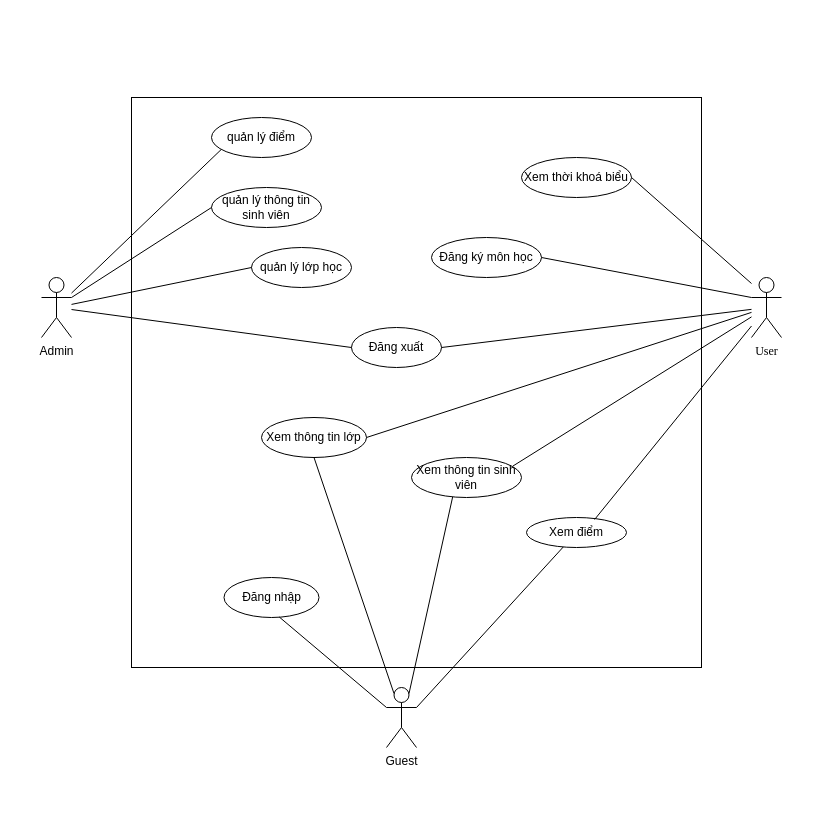
Above: Untitled Diagram.drawio in nam040999/gitformac (draw.io), before the change. Source tidied: cells renumbered, new cells numbered last; positions are measured from the earlier drawing's top-left corner, leaving out a move shared by most shapes. Both pictures are drawn from the tidied source at 100%, with x=0, y=0 at pixel (41, 97).
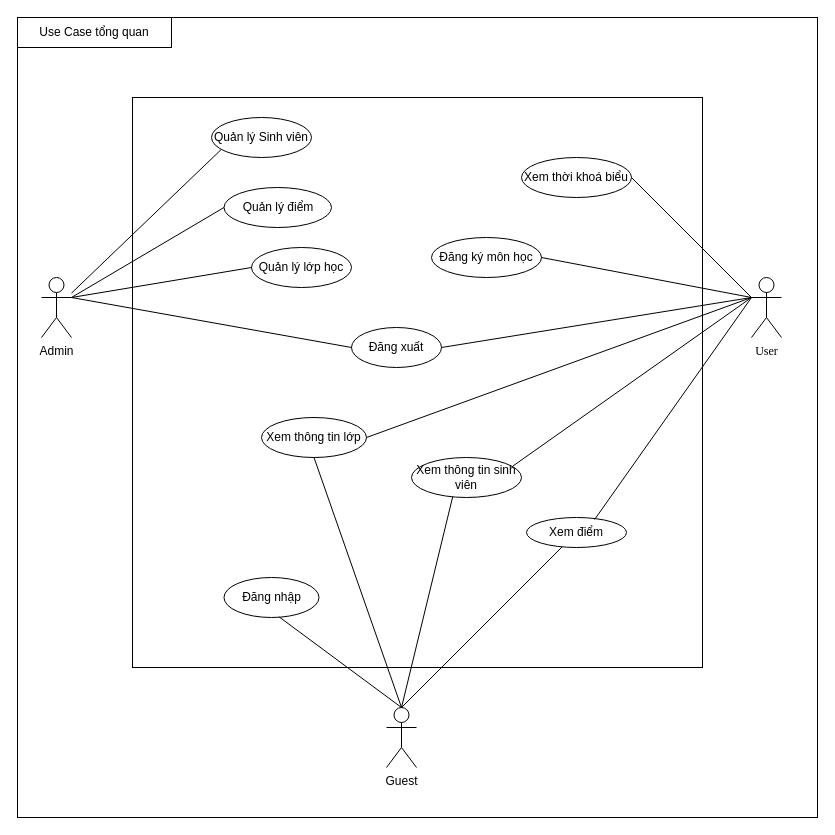
The same diagram, later.

Commit message:
Update UseCase Driagram'

The change refers to these unchanged cells:
```xml
<mxCell id="2" value="Admin" style="shape=umlActor;verticalLabelPosition=bottom;verticalAlign=top;html=1;outlineConnect=0;" parent="1" vertex="1">
  <mxGeometry y="180" width="30" height="60" as="geometry" />
</mxCell>
<mxCell id="4" value="User" style="shape=umlActor;verticalLabelPosition=bottom;verticalAlign=top;html=1;outlineConnect=0;fontFamily=Times New Roman;" parent="1" vertex="1">
  <mxGeometry x="710" y="180" width="30" height="60" as="geometry" />
</mxCell>
<mxCell id="5" value="Đăng xuất" style="ellipse;whiteSpace=wrap;html=1;" parent="1" vertex="1">
  <mxGeometry x="310" y="230" width="90" height="40" as="geometry" />
</mxCell>
<mxCell id="9" value="Đăng nhập" style="ellipse;whiteSpace=wrap;html=1;" parent="1" vertex="1">
  <mxGeometry x="182.5" y="480" width="95" height="40" as="geometry" />
</mxCell>
<mxCell id="15" value="Xem thông tin sinh viên" style="ellipse;whiteSpace=wrap;html=1;" parent="1" vertex="1">
  <mxGeometry x="370" y="360" width="110" height="40" as="geometry" />
</mxCell>
<mxCell id="16" value="Xem thông tin lớp" style="ellipse;whiteSpace=wrap;html=1;" parent="1" vertex="1">
  <mxGeometry x="220" y="320" width="105" height="40" as="geometry" />
</mxCell>
<mxCell id="21" value="Xem điểm" style="ellipse;whiteSpace=wrap;html=1;" parent="1" vertex="1">
  <mxGeometry x="485" y="420" width="100" height="30" as="geometry" />
</mxCell>
<mxCell id="25" value="Xem thời khoá biểu" style="ellipse;whiteSpace=wrap;html=1;" parent="1" vertex="1">
  <mxGeometry x="480" y="60" width="110" height="40" as="geometry" />
</mxCell>
```

What changed in the source:
```diff
@@
+    <mxCell id="30" style="whiteSpace=wrap;html=1;" parent="1" vertex="1">
+      <mxGeometry x="-24" y="-80" width="800" height="800" as="geometry" />
+    </mxCell>
@@
-    <mxCell id="3" style="whiteSpace=wrap;html=1;" parent="1" vertex="1">
-      <mxGeometry x="90" width="570" height="570" as="geometry" />
-    </mxCell>
+    <mxCell id="31" style="whiteSpace=wrap;html=1;" parent="1" vertex="1">
+      <mxGeometry x="91" width="570" height="570" as="geometry" />
+    </mxCell>
@@
-    <mxCell id="6" style="endArrow=none;html=1;entryX=0;entryY=0.5;entryDx=0;entryDy=0;" parent="1" edge="1" source="2" target="5">
-      <mxGeometry relative="1" as="geometry" />
-    </mxCell>
+    <mxCell id="32" style="endArrow=none;html=1;entryX=0;entryY=0.5;entryDx=0;entryDy=0;" parent="1" edge="1" target="5">
+      <mxGeometry relative="1" as="geometry">
+        <mxPoint x="30" y="200" as="sourcePoint" />
+      </mxGeometry>
+    </mxCell>
-    <mxCell id="7" style="endArrow=none;html=1;exitX=1;exitY=0.5;exitDx=0;exitDy=0;" parent="1" edge="1" source="5" target="4">
+    <mxCell id="7" style="endArrow=none;html=1;exitX=1;exitY=0.5;exitDx=0;exitDy=0;entryX=0;entryY=0.3333333333333333;entryDx=0;entryDy=0;entryPerimeter=0;" parent="1" edge="1" source="5" target="4">
       <mxGeometry relative="1" as="geometry" />
     </mxCell>
-    <mxCell id="8" style="endArrow=none;html=1;entryX=0.102;entryY=0.789;entryDx=0;entryDy=0;entryPerimeter=0;" parent="1" edge="1" source="2" target="11">
-      <mxGeometry relative="1" as="geometry" />
-    </mxCell>
+    <mxCell id="33" style="endArrow=none;html=1;entryX=0.102;entryY=0.789;entryDx=0;entryDy=0;entryPerimeter=0;" parent="1" edge="1" source="2" target="34">
+      <mxGeometry relative="1" as="geometry" />
+    </mxCell>
@@
     <mxCell id="10" value="Guest" style="shape=umlActor;verticalLabelPosition=bottom;verticalAlign=top;html=1;outlineConnect=0;" parent="1" vertex="1">
-      <mxGeometry x="345" y="590" width="30" height="60" as="geometry" />
+      <mxGeometry x="345" y="610" width="30" height="60" as="geometry" />
     </mxCell>
-    <mxCell id="11" value="quản lý điểm" style="ellipse;whiteSpace=wrap;html=1;" parent="1" vertex="1">
-      <mxGeometry x="170" y="20" width="100" height="40" as="geometry" />
-    </mxCell>
-    <mxCell id="12" value="quản lý thông tin sinh viên" style="ellipse;whiteSpace=wrap;html=1;" parent="1" vertex="1">
-      <mxGeometry x="170" y="90" width="110" height="40" as="geometry" />
-    </mxCell>
-    <mxCell id="13" value="quản lý lớp học" style="ellipse;whiteSpace=wrap;html=1;" parent="1" vertex="1">
-      <mxGeometry x="210" y="150" width="100" height="40" as="geometry" />
-    </mxCell>
+    <mxCell id="34" value="Quản lý Sinh viên" style="ellipse;whiteSpace=wrap;html=1;" parent="1" vertex="1">
+      <mxGeometry x="170" y="20" width="100" height="40" as="geometry" />
+    </mxCell>
+    <mxCell id="35" value="Quản lý điểm" style="ellipse;whiteSpace=wrap;html=1;" parent="1" vertex="1">
+      <mxGeometry x="182.5" y="90" width="107.5" height="40" as="geometry" />
+    </mxCell>
+    <mxCell id="36" value="Quản lý lớp học" style="ellipse;whiteSpace=wrap;html=1;" parent="1" vertex="1">
+      <mxGeometry x="210" y="150" width="100" height="40" as="geometry" />
+    </mxCell>
-    <mxCell id="14" style="endArrow=none;html=1;entryX=0.582;entryY=0.988;entryDx=0;entryDy=0;entryPerimeter=0;exitX=0;exitY=0.3333333333333333;exitDx=0;exitDy=0;exitPerimeter=0;" parent="1" edge="1" source="10" target="9">
+    <mxCell id="14" style="endArrow=none;html=1;entryX=0.582;entryY=0.988;entryDx=0;entryDy=0;entryPerimeter=0;exitX=0.5;exitY=0;exitDx=0;exitDy=0;exitPerimeter=0;" parent="1" edge="1" source="10" target="9">
       <mxGeometry relative="1" as="geometry" />
     </mxCell>
@@
-    <mxCell id="17" style="endArrow=none;html=1;exitX=1;exitY=0.5;exitDx=0;exitDy=0;" parent="1" edge="1" source="16" target="4">
+    <mxCell id="17" style="endArrow=none;html=1;exitX=1;exitY=0.5;exitDx=0;exitDy=0;entryX=0;entryY=0.3333333333333333;entryDx=0;entryDy=0;entryPerimeter=0;" parent="1" edge="1" source="16" target="4">
       <mxGeometry relative="1" as="geometry" />
     </mxCell>
-    <mxCell id="18" style="endArrow=none;html=1;entryX=0;entryY=0.5;entryDx=0;entryDy=0;exitX=1;exitY=0.3333333333333333;exitDx=0;exitDy=0;exitPerimeter=0;" parent="1" edge="1" source="2" target="12">
-      <mxGeometry relative="1" as="geometry" />
-    </mxCell>
-    <mxCell id="19" style="endArrow=none;html=1;entryX=0;entryY=0.5;entryDx=0;entryDy=0;" parent="1" edge="1" source="2" target="13">
-      <mxGeometry relative="1" as="geometry" />
-    </mxCell>
-    <mxCell id="20" style="endArrow=none;html=1;exitX=0.92;exitY=0.217;exitDx=0;exitDy=0;exitPerimeter=0;" parent="1" edge="1" source="15" target="4">
-      <mxGeometry relative="1" as="geometry" />
-    </mxCell>
+    <mxCell id="37" style="endArrow=none;html=1;entryX=0;entryY=0.5;entryDx=0;entryDy=0;exitX=1;exitY=0.3333333333333333;exitDx=0;exitDy=0;exitPerimeter=0;" parent="1" edge="1" source="2" target="35">
+      <mxGeometry relative="1" as="geometry" />
+    </mxCell>
+    <mxCell id="38" style="endArrow=none;html=1;entryX=0;entryY=0.5;entryDx=0;entryDy=0;" parent="1" edge="1" target="36">
+      <mxGeometry relative="1" as="geometry">
+        <mxPoint x="30" y="200" as="sourcePoint" />
+      </mxGeometry>
+    </mxCell>
+    <mxCell id="39" style="endArrow=none;html=1;exitX=0.92;exitY=0.217;exitDx=0;exitDy=0;exitPerimeter=0;" parent="1" edge="1" source="15">
+      <mxGeometry relative="1" as="geometry">
+        <mxPoint x="710" y="200" as="targetPoint" />
+      </mxGeometry>
+    </mxCell>
@@
-    <mxCell id="22" style="endArrow=none;html=1;exitX=0.681;exitY=0.067;exitDx=0;exitDy=0;exitPerimeter=0;" parent="1" edge="1" source="21" target="4">
-      <mxGeometry relative="1" as="geometry" />
-    </mxCell>
+    <mxCell id="40" style="endArrow=none;html=1;exitX=0.681;exitY=0.067;exitDx=0;exitDy=0;exitPerimeter=0;" parent="1" edge="1" source="21">
+      <mxGeometry relative="1" as="geometry">
+        <mxPoint x="710" y="200" as="targetPoint" />
+      </mxGeometry>
+    </mxCell>
@@
-    <mxCell id="26" style="endArrow=none;html=1;exitX=1;exitY=0.5;exitDx=0;exitDy=0;" parent="1" edge="1" source="25">
-      <mxGeometry relative="1" as="geometry">
-        <mxPoint x="710" y="186" as="targetPoint" />
-      </mxGeometry>
-    </mxCell>
+    <mxCell id="41" style="endArrow=none;html=1;exitX=1;exitY=0.5;exitDx=0;exitDy=0;entryX=0;entryY=0.3333333333333333;entryDx=0;entryDy=0;entryPerimeter=0;" parent="1" edge="1" source="25" target="4">
+      <mxGeometry relative="1" as="geometry" />
+    </mxCell>
-    <mxCell id="27" style="endArrow=none;html=1;exitX=0.25;exitY=0.1;exitDx=0;exitDy=0;exitPerimeter=0;entryX=0.5;entryY=1;entryDx=0;entryDy=0;" parent="1" edge="1" source="10" target="16">
+    <mxCell id="27" style="endArrow=none;html=1;entryX=0.5;entryY=1;entryDx=0;entryDy=0;exitX=0.5;exitY=0;exitDx=0;exitDy=0;exitPerimeter=0;" parent="1" edge="1" source="10" target="16">
       <mxGeometry relative="1" as="geometry" />
     </mxCell>
-    <mxCell id="28" style="endArrow=none;html=1;entryX=0.75;entryY=0.1;entryDx=0;entryDy=0;entryPerimeter=0;exitX=0.374;exitY=0.988;exitDx=0;exitDy=0;exitPerimeter=0;" parent="1" edge="1" source="15" target="10">
-      <mxGeometry relative="1" as="geometry" />
-    </mxCell>
+    <mxCell id="42" style="endArrow=none;html=1;exitX=0.374;exitY=0.988;exitDx=0;exitDy=0;exitPerimeter=0;" parent="1" edge="1" source="15">
+      <mxGeometry relative="1" as="geometry">
+        <mxPoint x="360" y="610" as="targetPoint" />
+      </mxGeometry>
+    </mxCell>
-    <mxCell id="29" style="endArrow=none;html=1;exitX=1;exitY=0.3333333333333333;exitDx=0;exitDy=0;exitPerimeter=0;" parent="1" edge="1" source="10" target="21">
+    <mxCell id="29" style="endArrow=none;html=1;exitX=0.5;exitY=0;exitDx=0;exitDy=0;exitPerimeter=0;" parent="1" edge="1" source="10" target="21">
       <mxGeometry relative="1" as="geometry" />
     </mxCell>
+    <mxCell id="43" value="Use Case tổng quan" style="rounded=0;whiteSpace=wrap;html=1;" parent="1" vertex="1">
+      <mxGeometry x="-24" y="-80" width="154" height="30" as="geometry" />
+    </mxCell>
```
